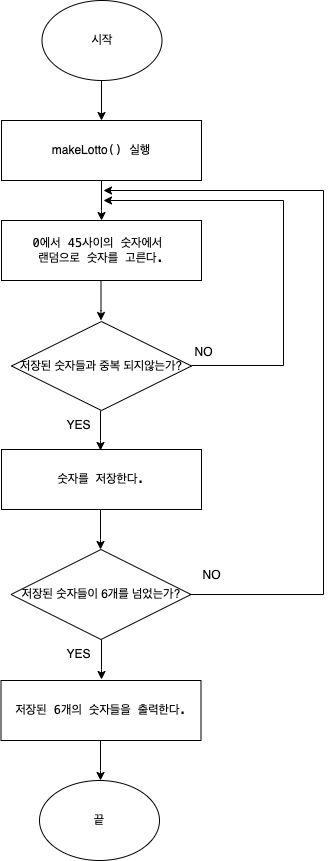
This is CodeStarterCamp_Week2/step1.drawio.png from yagom-academy/swift-starter-Round2, a draw.io export, as it was before one commit. Source tidied: cells renumbered, new cells last; positions are measured from the earlier drawing's top-left corner, leaving out a move shared by most shapes. Source of this version:
```xml
<mxGraphModel>
  <root>
    <mxCell id="0" />
    <mxCell id="1" parent="0" />
    <mxCell id="2" value="시작" style="ellipse;whiteSpace=wrap;html=1;" parent="1" vertex="1">
      <mxGeometry x="40.5" width="120" height="80" as="geometry" />
    </mxCell>
    <mxCell id="3" style="endArrow=classic;html=1;rounded=0;exitX=0.5;exitY=1;exitDx=0;exitDy=0;" parent="1" edge="1">
      <mxGeometry relative="1" as="geometry">
        <mxPoint x="100" y="80" as="sourcePoint" />
        <mxPoint x="100" y="120" as="targetPoint" />
      </mxGeometry>
    </mxCell>
    <mxCell id="4" value="&lt;p style=&quot;margin: 0px; font-variant-numeric: normal; font-variant-east-asian: normal; font-stretch: normal; line-height: normal; background-color: rgb(255, 255, 255); text-align: start;&quot; class=&quot;p1&quot;&gt;&lt;span style=&quot;&quot; class=&quot;s2&quot;&gt;makeLotto&lt;font face=&quot;Menlo&quot;&gt;() 실행&lt;/font&gt;&lt;/span&gt;&lt;/p&gt;" style="rounded=0;whiteSpace=wrap;html=1;" parent="1" vertex="1">
      <mxGeometry y="120" width="200" height="60" as="geometry" />
    </mxCell>
    <mxCell id="5" style="endArrow=classic;html=1;rounded=0;" parent="1" edge="1">
      <mxGeometry relative="1" as="geometry">
        <mxPoint x="100" y="180" as="sourcePoint" />
        <mxPoint x="100" y="220" as="targetPoint" />
        <Array as="points">
          <mxPoint x="100" y="210" />
        </Array>
      </mxGeometry>
    </mxCell>
    <mxCell id="6" value="&lt;p style=&quot;margin: 0px; font-variant-numeric: normal; font-variant-east-asian: normal; font-stretch: normal; line-height: normal; font-family: Menlo; background-color: rgb(255, 255, 255);&quot; class=&quot;p1&quot;&gt;0에서 45사이의 숫자에서&amp;nbsp;&lt;/p&gt;&lt;p style=&quot;margin: 0px; font-variant-numeric: normal; font-variant-east-asian: normal; font-stretch: normal; line-height: normal; font-family: Menlo; background-color: rgb(255, 255, 255);&quot; class=&quot;p1&quot;&gt;랜덤으로 숫자를 고른다.&lt;/p&gt;" style="rounded=0;whiteSpace=wrap;html=1;align=center;" parent="1" vertex="1">
      <mxGeometry y="220" width="200" height="60" as="geometry" />
    </mxCell>
    <mxCell id="7" value="끝" style="ellipse;whiteSpace=wrap;html=1;" parent="1" vertex="1">
      <mxGeometry x="38" y="780" width="120" height="80" as="geometry" />
    </mxCell>
    <mxCell id="8" style="endArrow=classic;html=1;rounded=0;" parent="1" edge="1">
      <mxGeometry relative="1" as="geometry">
        <mxPoint x="99.5" y="280" as="sourcePoint" />
        <mxPoint x="99.5" y="320" as="targetPoint" />
        <Array as="points">
          <mxPoint x="99.5" y="310" />
        </Array>
      </mxGeometry>
    </mxCell>
    <mxCell id="9" style="endArrow=classic;html=1;rounded=0;" parent="1" edge="1">
      <mxGeometry relative="1" as="geometry">
        <mxPoint x="99" y="410" as="sourcePoint" />
        <mxPoint x="99" y="450" as="targetPoint" />
        <Array as="points">
          <mxPoint x="99" y="440" />
        </Array>
      </mxGeometry>
    </mxCell>
    <mxCell id="10" value="&lt;p style=&quot;margin: 0px; font-variant-numeric: normal; font-variant-east-asian: normal; font-stretch: normal; line-height: normal; font-family: Menlo; background-color: rgb(255, 255, 255);&quot; class=&quot;p1&quot;&gt;숫자를 저장한다.&lt;/p&gt;" style="rounded=0;whiteSpace=wrap;html=1;align=center;" parent="1" vertex="1">
      <mxGeometry y="449" width="200" height="60" as="geometry" />
    </mxCell>
    <mxCell id="11" value="저장된 숫자들과 중복 되지않는가?" style="rhombus;whiteSpace=wrap;html=1;fontColor=#000000;" parent="1" vertex="1">
      <mxGeometry x="10" y="321" width="180" height="89" as="geometry" />
    </mxCell>
    <mxCell id="12" value="YES" style="text;html=1;align=center;verticalAlign=middle;strokeColor=none;fillColor=none;fontColor=#000000;" parent="1" vertex="1">
      <mxGeometry x="51.5" y="410" width="50" height="30" as="geometry" />
    </mxCell>
    <mxCell id="13" value="NO" style="text;html=1;align=center;verticalAlign=middle;strokeColor=none;fillColor=none;fontColor=#000000;" parent="1" vertex="1">
      <mxGeometry x="182" y="337" width="40" height="30" as="geometry" />
    </mxCell>
    <mxCell id="14" style="endArrow=classic;html=1;rounded=0;" parent="1" edge="1">
      <mxGeometry relative="1" as="geometry">
        <mxPoint x="190" y="365" as="sourcePoint" />
        <mxPoint x="102" y="200" as="targetPoint" />
        <Array as="points">
          <mxPoint x="282" y="365" />
          <mxPoint x="282" y="200" />
        </Array>
      </mxGeometry>
    </mxCell>
    <mxCell id="15" value="저장된 숫자들이 6개를 넘었는가?" style="rhombus;whiteSpace=wrap;html=1;fontColor=#000000;" parent="1" vertex="1">
      <mxGeometry x="9.5" y="549" width="180" height="90" as="geometry" />
    </mxCell>
    <mxCell id="16" style="endArrow=classic;html=1;rounded=0;" parent="1" edge="1">
      <mxGeometry relative="1" as="geometry">
        <mxPoint x="99" y="509" as="sourcePoint" />
        <mxPoint x="99" y="549" as="targetPoint" />
        <Array as="points">
          <mxPoint x="99" y="539" />
        </Array>
      </mxGeometry>
    </mxCell>
    <mxCell id="17" value="&lt;p style=&quot;margin: 0px; font-variant-numeric: normal; font-variant-east-asian: normal; font-stretch: normal; line-height: normal; font-family: Menlo; background-color: rgb(255, 255, 255);&quot; class=&quot;p1&quot;&gt;저장된 6개의 숫자들을 출력한다.&lt;/p&gt;" style="rounded=0;whiteSpace=wrap;html=1;align=center;" parent="1" vertex="1">
      <mxGeometry x="-0.5" y="680" width="200" height="60" as="geometry" />
    </mxCell>
    <mxCell id="18" style="endArrow=classic;html=1;rounded=0;" parent="1" edge="1">
      <mxGeometry relative="1" as="geometry">
        <mxPoint x="100" y="639" as="sourcePoint" />
        <mxPoint x="100" y="679" as="targetPoint" />
        <Array as="points">
          <mxPoint x="100" y="669" />
        </Array>
      </mxGeometry>
    </mxCell>
    <mxCell id="19" style="endArrow=classic;html=1;rounded=0;" parent="1" edge="1">
      <mxGeometry relative="1" as="geometry">
        <mxPoint x="99" y="740" as="sourcePoint" />
        <mxPoint x="99" y="780" as="targetPoint" />
        <Array as="points">
          <mxPoint x="99" y="770" />
        </Array>
      </mxGeometry>
    </mxCell>
    <mxCell id="20" value="YES" style="text;html=1;align=center;verticalAlign=middle;strokeColor=none;fillColor=none;fontColor=#000000;" parent="1" vertex="1">
      <mxGeometry x="51.5" y="639" width="50" height="30" as="geometry" />
    </mxCell>
    <mxCell id="21" value="NO" style="text;html=1;align=center;verticalAlign=middle;strokeColor=none;fillColor=none;fontColor=#000000;" parent="1" vertex="1">
      <mxGeometry x="189.5" y="560" width="40" height="30" as="geometry" />
    </mxCell>
    <mxCell id="22" style="endArrow=classic;html=1;rounded=0;" parent="1" edge="1">
      <mxGeometry relative="1" as="geometry">
        <mxPoint x="188" y="594" as="sourcePoint" />
        <mxPoint x="102" y="190" as="targetPoint" />
        <Array as="points">
          <mxPoint x="322" y="594" />
          <mxPoint x="322" y="190" />
        </Array>
      </mxGeometry>
    </mxCell>
  </root>
</mxGraphModel>
```
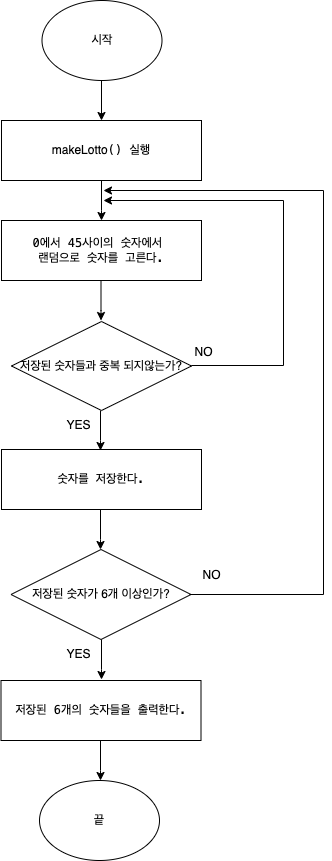
The same file after the commit.

Commit message:
step1 순서도수정 03/05 19:26

The edit, as a diff of the source:
```diff
@@ -69,7 +69,7 @@
         </Array>
       </mxGeometry>
     </mxCell>
-    <mxCell id="15" value="저장된 숫자들이 6개를 넘었는가?" style="rhombus;whiteSpace=wrap;html=1;fontColor=#000000;" parent="1" vertex="1">
+    <mxCell id="15" value="저장된 숫자가 6개 이상인가?" style="rhombus;whiteSpace=wrap;html=1;fontColor=#000000;" parent="1" vertex="1">
       <mxGeometry x="9.5" y="549" width="180" height="90" as="geometry" />
     </mxCell>
     <mxCell id="16" style="endArrow=classic;html=1;rounded=0;" parent="1" edge="1">
```
